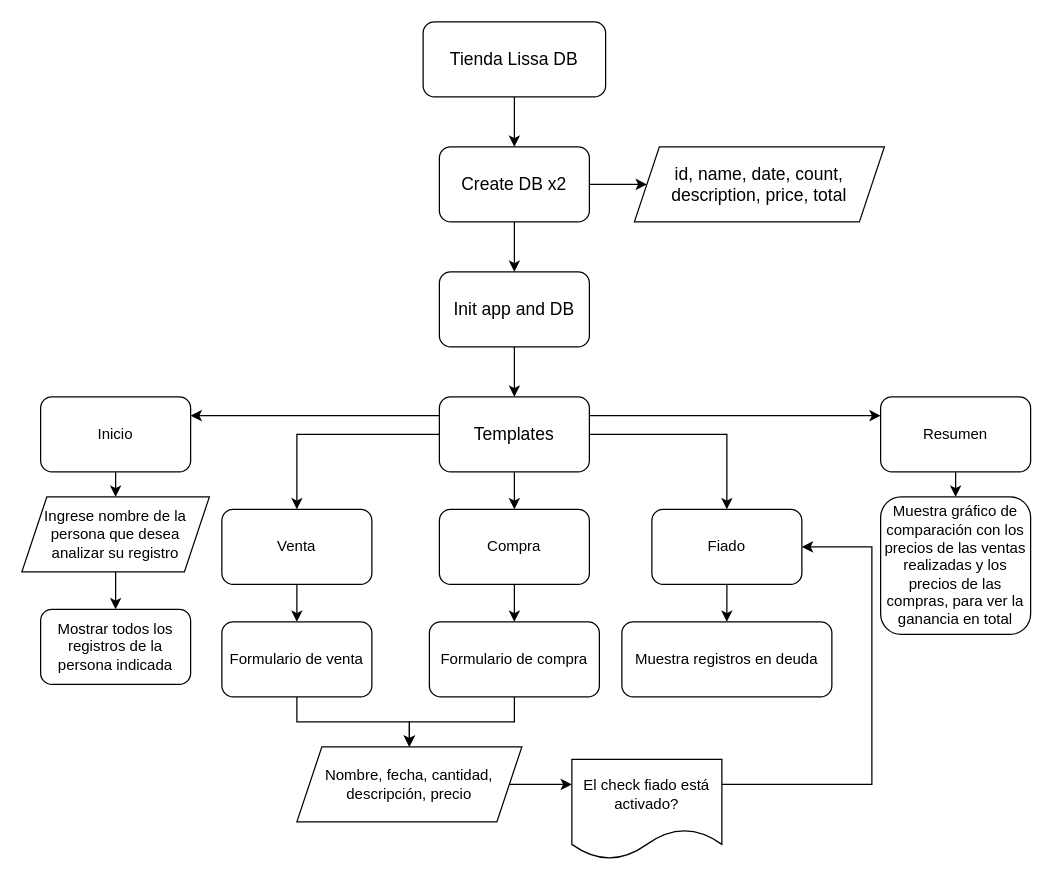
NahuelA/TiendaLissa_flask keeps this draw.io diagram as Diagrama_tienda_lissa_db.drawio. Above is the earlier version. Source tidied: cells renumbered, new cells numbered last; positions are measured from the earlier drawing's top-left corner, leaving out a move shared by most shapes. Both pictures are drawn from the tidied source at 125%, with x=0, y=0 at pixel (21, 21).
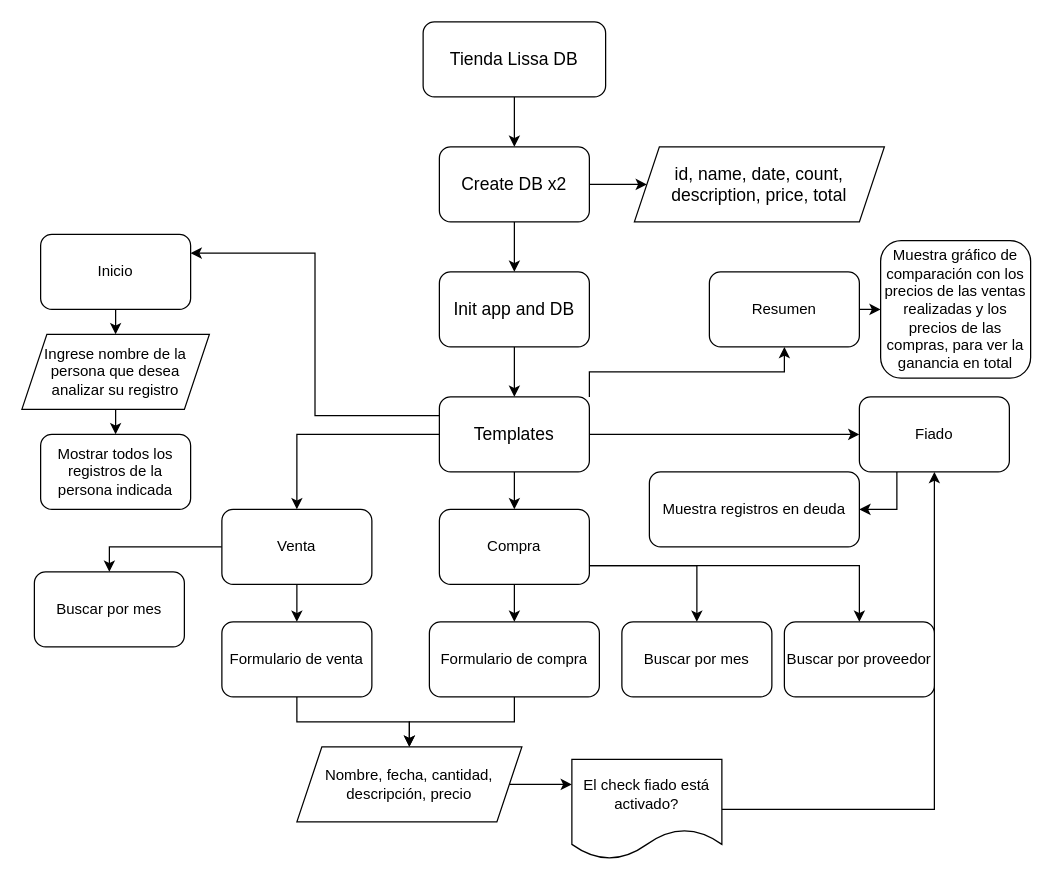
After the change.

The change refers to these unchanged cells:
```xml
<mxCell id="15" value="Templates" style="rounded=1;whiteSpace=wrap;html=1;fontSize=14;" parent="1" vertex="1">
  <mxGeometry x="334" y="300" width="120" height="60" as="geometry" />
</mxCell>
<mxCell id="17" value="Venta" style="rounded=1;whiteSpace=wrap;html=1;" parent="1" vertex="1">
  <mxGeometry x="160" y="390" width="120" height="60" as="geometry" />
</mxCell>
<mxCell id="19" value="Compra" style="rounded=1;whiteSpace=wrap;html=1;" parent="1" vertex="1">
  <mxGeometry x="334" y="390" width="120" height="60" as="geometry" />
</mxCell>
<mxCell id="30" value="El check fiado está activado?" style="shape=document;whiteSpace=wrap;html=1;boundedLbl=1;" parent="1" vertex="1">
  <mxGeometry x="440" y="590" width="120" height="80" as="geometry" />
</mxCell>
```

What changed in the source:
```diff
@@
+    <mxCell id="12" style="edgeStyle=orthogonalEdgeStyle;rounded=0;jettySize=auto;html=1;exitX=0;exitY=0.5;exitDx=0;exitDy=0;entryX=0.5;entryY=0;entryDx=0;entryDy=0;" parent="1" edge="1" source="15" target="17">
+      <mxGeometry relative="1" as="geometry" />
+    </mxCell>
+    <mxCell id="14" style="edgeStyle=orthogonalEdgeStyle;rounded=0;jettySize=auto;html=1;exitX=0;exitY=0.25;exitDx=0;exitDy=0;entryX=1;entryY=0.25;entryDx=0;entryDy=0;" parent="1" edge="1" source="15" target="32">
+      <mxGeometry relative="1" as="geometry" />
+    </mxCell>
+    <mxCell id="13" style="edgeStyle=orthogonalEdgeStyle;rounded=0;jettySize=auto;html=1;exitX=1;exitY=0;exitDx=0;exitDy=0;entryX=0.5;entryY=1;entryDx=0;entryDy=0;" parent="1" edge="1" source="15" target="37">
+      <mxGeometry relative="1" as="geometry" />
+    </mxCell>
-    <mxCell id="11" style="edgeStyle=orthogonalEdgeStyle;rounded=0;jettySize=auto;html=1;exitX=1;exitY=0.5;exitDx=0;exitDy=0;entryX=0.5;entryY=0;entryDx=0;entryDy=0;" parent="1" edge="1" source="15" target="21">
+    <mxCell id="11" style="edgeStyle=orthogonalEdgeStyle;rounded=0;jettySize=auto;html=1;exitX=1;exitY=0.5;exitDx=0;exitDy=0;entryX=0;entryY=0.5;entryDx=0;entryDy=0;" parent="1" edge="1" source="15" target="21">
       <mxGeometry relative="1" as="geometry" />
     </mxCell>
-    <mxCell id="12" style="edgeStyle=orthogonalEdgeStyle;rounded=0;jettySize=auto;html=1;exitX=0;exitY=0.5;exitDx=0;exitDy=0;entryX=0.5;entryY=0;entryDx=0;entryDy=0;" parent="1" edge="1" source="15" target="17">
-      <mxGeometry relative="1" as="geometry" />
-    </mxCell>
-    <mxCell id="13" style="edgeStyle=orthogonalEdgeStyle;rounded=0;jettySize=auto;html=1;exitX=1;exitY=0.25;exitDx=0;exitDy=0;entryX=0;entryY=0.25;entryDx=0;entryDy=0;" parent="1" edge="1" source="15" target="37">
-      <mxGeometry relative="1" as="geometry" />
-    </mxCell>
-    <mxCell id="14" style="edgeStyle=orthogonalEdgeStyle;rounded=0;jettySize=auto;html=1;exitX=0;exitY=0.25;exitDx=0;exitDy=0;entryX=1;entryY=0.25;entryDx=0;entryDy=0;" parent="1" edge="1" source="15" target="32">
-      <mxGeometry relative="1" as="geometry" />
-    </mxCell>
@@
+    <mxCell id="39" style="edgeStyle=orthogonalEdgeStyle;rounded=0;jettySize=auto;html=1;exitX=0;exitY=0.5;exitDx=0;exitDy=0;entryX=0.5;entryY=0;entryDx=0;entryDy=0;" parent="1" edge="1" source="17" target="42">
+      <mxGeometry relative="1" as="geometry" />
+    </mxCell>
@@
+    <mxCell id="40" style="edgeStyle=orthogonalEdgeStyle;rounded=0;jettySize=auto;html=1;exitX=1;exitY=0.75;exitDx=0;exitDy=0;entryX=0.5;entryY=0;entryDx=0;entryDy=0;" parent="1" edge="1" source="19" target="44">
+      <mxGeometry relative="1" as="geometry" />
+    </mxCell>
+    <mxCell id="41" style="edgeStyle=orthogonalEdgeStyle;rounded=0;jettySize=auto;html=1;exitX=1;exitY=0.75;exitDx=0;exitDy=0;entryX=0.5;entryY=0;entryDx=0;entryDy=0;" parent="1" edge="1" source="19" target="43">
+      <mxGeometry relative="1" as="geometry" />
+    </mxCell>
@@
-    <mxCell id="20" style="edgeStyle=orthogonalEdgeStyle;rounded=0;jettySize=auto;html=1;exitX=0.5;exitY=1;exitDx=0;exitDy=0;entryX=0.5;entryY=0;entryDx=0;entryDy=0;" parent="1" edge="1" source="21" target="26">
+    <mxCell id="20" style="edgeStyle=orthogonalEdgeStyle;rounded=0;jettySize=auto;html=1;exitX=0.25;exitY=1;exitDx=0;exitDy=0;entryX=1;entryY=0.5;entryDx=0;entryDy=0;" parent="1" edge="1" source="21" target="26">
       <mxGeometry relative="1" as="geometry" />
     </mxCell>
     <mxCell id="21" value="Fiado" style="rounded=1;whiteSpace=wrap;html=1;" parent="1" vertex="1">
-      <mxGeometry x="504" y="390" width="120" height="60" as="geometry" />
+      <mxGeometry x="670" y="300" width="120" height="60" as="geometry" />
     </mxCell>
@@
     <mxCell id="26" value="Muestra registros en deuda" style="rounded=1;whiteSpace=wrap;html=1;" parent="1" vertex="1">
-      <mxGeometry x="480" y="480" width="168" height="60" as="geometry" />
+      <mxGeometry x="502" y="360" width="168" height="60" as="geometry" />
     </mxCell>
@@
-    <mxCell id="29" style="edgeStyle=orthogonalEdgeStyle;rounded=0;jettySize=auto;html=1;exitX=1;exitY=0.25;exitDx=0;exitDy=0;entryX=1;entryY=0.5;entryDx=0;entryDy=0;" parent="1" edge="1" source="30" target="21">
-      <mxGeometry relative="1" as="geometry">
-        <Array as="points">
-          <mxPoint x="680" y="610" />
-          <mxPoint x="680" y="420" />
-        </Array>
-      </mxGeometry>
+    <mxCell id="29" style="edgeStyle=orthogonalEdgeStyle;rounded=0;jettySize=auto;html=1;exitX=1;exitY=0.5;exitDx=0;exitDy=0;entryX=0.5;entryY=1;entryDx=0;entryDy=0;" parent="1" edge="1" source="30" target="21">
+      <mxGeometry relative="1" as="geometry" />
     </mxCell>
@@
     <mxCell id="32" value="Inicio" style="rounded=1;whiteSpace=wrap;html=1;" parent="1" vertex="1">
-      <mxGeometry x="15" y="300" width="120" height="60" as="geometry" />
+      <mxGeometry x="15" y="170" width="120" height="60" as="geometry" />
     </mxCell>
@@
     <mxCell id="34" value="Ingrese nombre de la persona que desea analizar su registro" style="shape=parallelogram;perimeter=parallelogramPerimeter;whiteSpace=wrap;html=1;fixedSize=1;" parent="1" vertex="1">
-      <mxGeometry y="380" width="150" height="60" as="geometry" />
+      <mxGeometry y="250" width="150" height="60" as="geometry" />
     </mxCell>
     <mxCell id="35" value="Mostrar todos los registros de la persona indicada" style="rounded=1;whiteSpace=wrap;html=1;" parent="1" vertex="1">
-      <mxGeometry x="15" y="470" width="120" height="60" as="geometry" />
+      <mxGeometry x="15" y="330" width="120" height="60" as="geometry" />
     </mxCell>
-    <mxCell id="36" style="edgeStyle=orthogonalEdgeStyle;rounded=0;jettySize=auto;html=1;exitX=0.5;exitY=1;exitDx=0;exitDy=0;entryX=0.5;entryY=0;entryDx=0;entryDy=0;" parent="1" edge="1" source="37" target="38">
+    <mxCell id="36" style="edgeStyle=orthogonalEdgeStyle;rounded=0;jettySize=auto;html=1;exitX=1;exitY=0.5;exitDx=0;exitDy=0;entryX=0;entryY=0.5;entryDx=0;entryDy=0;" parent="1" edge="1" source="37" target="38">
       <mxGeometry relative="1" as="geometry" />
     </mxCell>
     <mxCell id="37" value="Resumen" style="rounded=1;whiteSpace=wrap;html=1;" parent="1" vertex="1">
-      <mxGeometry x="687" y="300" width="120" height="60" as="geometry" />
+      <mxGeometry x="550" y="200" width="120" height="60" as="geometry" />
     </mxCell>
     <mxCell id="38" value="Muestra gráfico de comparación con los precios de las ventas realizadas y los precios de las compras, para ver la ganancia en total" style="rounded=1;whiteSpace=wrap;html=1;" parent="1" vertex="1">
-      <mxGeometry x="687" y="380" width="120" height="110" as="geometry" />
+      <mxGeometry x="687" y="175" width="120" height="110" as="geometry" />
     </mxCell>
+    <mxCell id="42" value="Buscar por mes" style="rounded=1;whiteSpace=wrap;html=1;" parent="1" vertex="1">
+      <mxGeometry x="10" y="440" width="120" height="60" as="geometry" />
+    </mxCell>
+    <mxCell id="43" value="Buscar por mes" style="rounded=1;whiteSpace=wrap;html=1;" parent="1" vertex="1">
+      <mxGeometry x="480" y="480" width="120" height="60" as="geometry" />
+    </mxCell>
+    <mxCell id="44" value="Buscar por proveedor" style="rounded=1;whiteSpace=wrap;html=1;" parent="1" vertex="1">
+      <mxGeometry x="610" y="480" width="120" height="60" as="geometry" />
+    </mxCell>
```
